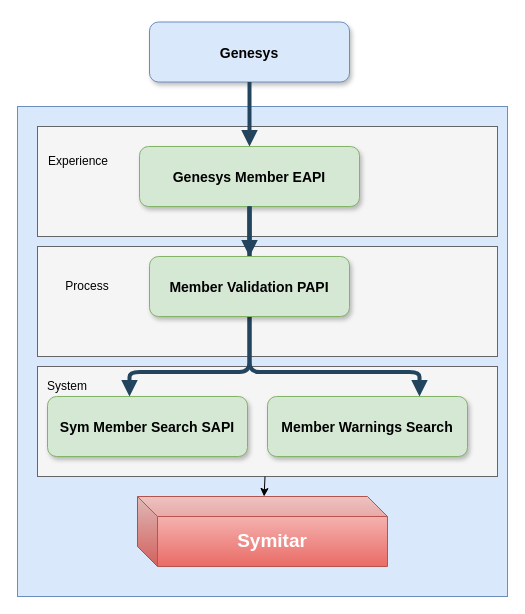
The draw.io diagram Genesys API Diagram.drawio in hmasoudd/genesys-models, before the edit. Source tidied: cells renumbered, new cells numbered last; positions are measured from the earlier drawing's top-left corner, leaving out a move shared by most shapes. Both pictures are drawn from the tidied source at 100%, with x=0, y=0 at pixel (17, 22).
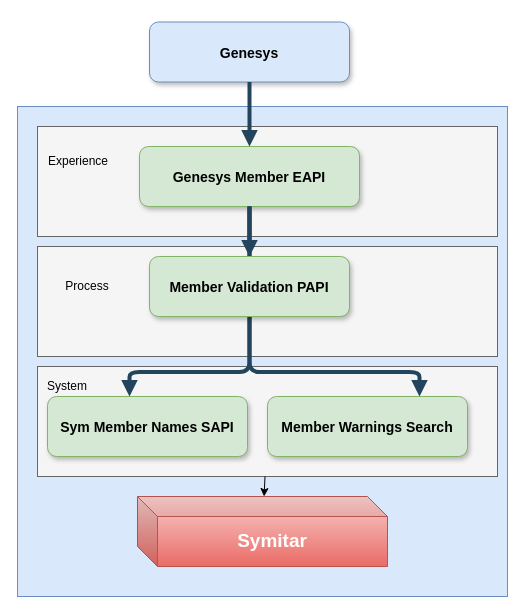
The same page after the edit.

Change to the diagram source:
```diff
@@
-    <mxCell id="8" value="Sym Member Search SAPI" style="rounded=1;fillColor=#d5e8d4;strokeColor=#82b366;shadow=1;fontStyle=1;fontSize=14;" parent="1" vertex="1">
+    <mxCell id="8" value="Sym Member Names SAPI" style="rounded=1;fillColor=#d5e8d4;strokeColor=#82b366;shadow=1;fontStyle=1;fontSize=14;" parent="1" vertex="1">
       <mxGeometry x="30" y="374" width="200" height="60" as="geometry" />
     </mxCell>
```
